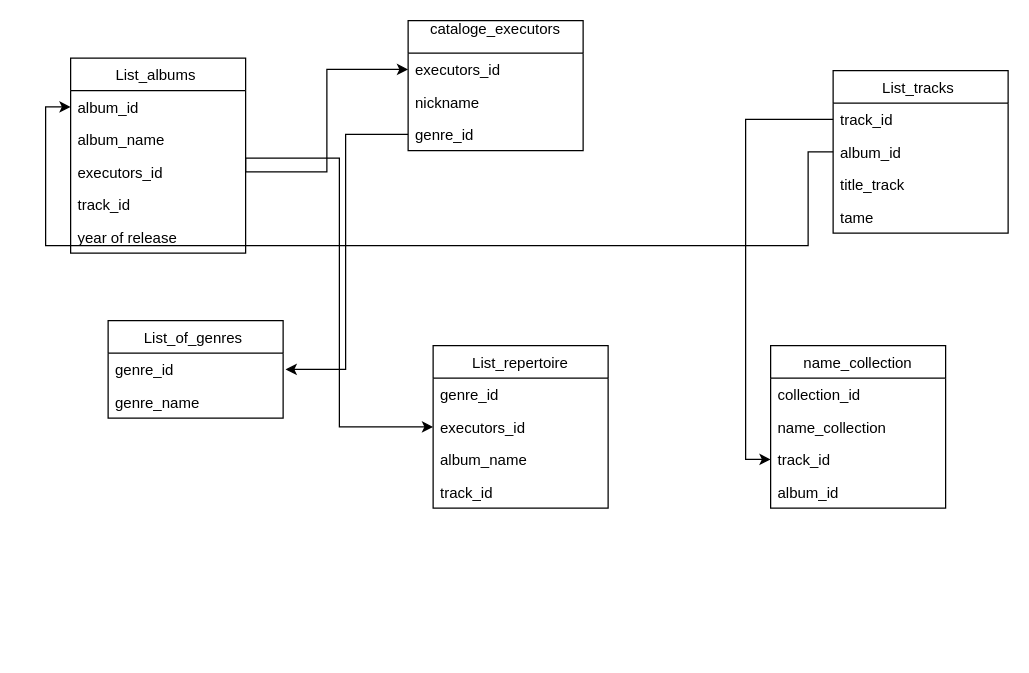
sav1979/Designing-BD-zvyazi-ZNF keeps this draw.io diagram as схема ДЗ №3.drawio. Above is the earlier version. Source tidied: cells renumbered, new cells numbered last; positions are measured from the earlier drawing's top-left corner, leaving out a move shared by most shapes. Both pictures are drawn from the tidied source at 125%, with x=0, y=0 at pixel (45, 20).
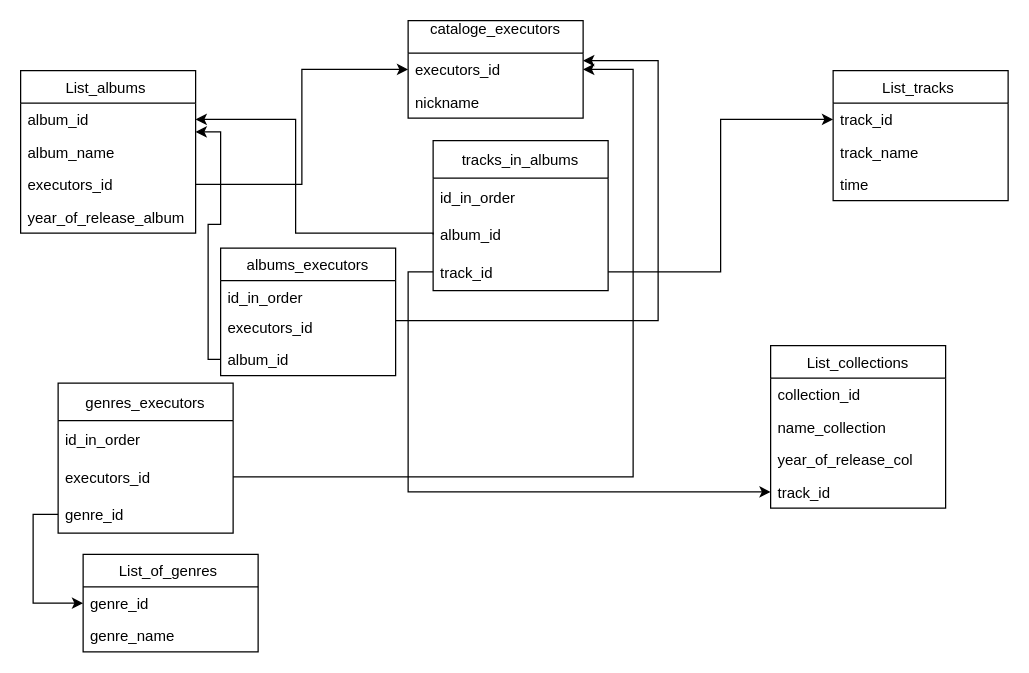
After the change.

The change refers to these unchanged cells:
```xml
<mxCell id="3" value="executors_id " style="text;strokeColor=none;fillColor=none;align=left;verticalAlign=top;spacingLeft=4;spacingRight=4;overflow=hidden;points=[[0,0.5],[1,0.5]];portConstraint=eastwest;" parent="2" vertex="1">
  <mxGeometry y="26" width="140" height="26" as="geometry" />
</mxCell>
<mxCell id="7" value="album_id " style="text;strokeColor=none;fillColor=none;align=left;verticalAlign=top;spacingLeft=4;spacingRight=4;overflow=hidden;points=[[0,0.5],[1,0.5]];portConstraint=eastwest;" parent="6" vertex="1">
  <mxGeometry y="26" width="140" height="26" as="geometry" />
</mxCell>
<mxCell id="9" value="executors_id " style="text;strokeColor=none;fillColor=none;align=left;verticalAlign=top;spacingLeft=4;spacingRight=4;overflow=hidden;points=[[0,0.5],[1,0.5]];portConstraint=eastwest;" parent="6" vertex="1">
  <mxGeometry y="78" width="140" height="26" as="geometry" />
</mxCell>
<mxCell id="18" value="genre_id " style="text;strokeColor=none;fillColor=none;align=left;verticalAlign=top;spacingLeft=4;spacingRight=4;overflow=hidden;points=[[0,0.5],[1,0.5]];portConstraint=eastwest;" parent="17" vertex="1">
  <mxGeometry y="26" width="140" height="26" as="geometry" />
</mxCell>
```

The edit, as a diff of the source:
```diff
@@
     <mxCell id="2" value="cataloge_executors&#10; " style="swimlane;fontStyle=0;horizontal=1;startSize=26;fillColor=none;" parent="1" vertex="1">
-      <mxGeometry x="290" width="140" height="104" as="geometry" />
+      <mxGeometry x="290" width="140" height="78" as="geometry" />
     </mxCell>
@@
-    <mxCell id="5" value="genre_id " style="text;strokeColor=none;fillColor=none;align=left;verticalAlign=top;spacingLeft=4;spacingRight=4;overflow=hidden;points=[[0,0.5],[1,0.5]];portConstraint=eastwest;" parent="2" vertex="1">
-      <mxGeometry y="78" width="140" height="26" as="geometry" />
-    </mxCell>
     <mxCell id="6" value="List_albums " style="swimlane;fontStyle=0;horizontal=1;startSize=26;fillColor=none;" parent="1" vertex="1">
-      <mxGeometry x="20" y="30" width="140" height="156" as="geometry" />
+      <mxGeometry x="-20" y="40" width="140" height="130" as="geometry" />
     </mxCell>
@@
-    <mxCell id="10" value="track_id " style="text;strokeColor=none;fillColor=none;align=left;verticalAlign=top;spacingLeft=4;spacingRight=4;overflow=hidden;" parent="6" vertex="1">
-      <mxGeometry y="104" width="140" height="26" as="geometry" />
-    </mxCell>
-    <mxCell id="11" value="year of release " style="text;strokeColor=none;fillColor=none;align=left;verticalAlign=top;spacingLeft=4;spacingRight=4;overflow=hidden;" parent="6" vertex="1">
-      <mxGeometry y="130" width="140" height="26" as="geometry" />
+    <mxCell id="11" value="year_of_release_album" style="text;strokeColor=none;fillColor=none;align=left;verticalAlign=top;spacingLeft=4;spacingRight=4;overflow=hidden;" parent="6" vertex="1">
+      <mxGeometry y="104" width="140" height="26" as="geometry" />
     </mxCell>
     <mxCell id="12" value="List_tracks " style="swimlane;fontStyle=0;horizontal=1;startSize=26;fillColor=none;" parent="1" vertex="1">
-      <mxGeometry x="630" y="40" width="140" height="130" as="geometry" />
+      <mxGeometry x="630" y="40" width="140" height="104" as="geometry" />
     </mxCell>
+    <mxCell id="35" value="track_id " style="text;strokeColor=none;fillColor=none;align=left;verticalAlign=top;spacingLeft=4;spacingRight=4;overflow=hidden;points=[[0,0.5],[1,0.5]];portConstraint=eastwest;" parent="12" vertex="1">
+      <mxGeometry y="26" width="140" height="26" as="geometry" />
+    </mxCell>
-    <mxCell id="13" value="track_id " style="text;strokeColor=none;fillColor=none;align=left;verticalAlign=top;spacingLeft=4;spacingRight=4;overflow=hidden;points=[[0,0.5],[1,0.5]];portConstraint=eastwest;" parent="12" vertex="1">
-      <mxGeometry y="26" width="140" height="26" as="geometry" />
+    <mxCell id="13" value="track_name" style="text;strokeColor=none;fillColor=none;align=left;verticalAlign=top;spacingLeft=4;spacingRight=4;overflow=hidden;points=[[0,0.5],[1,0.5]];portConstraint=eastwest;" parent="12" vertex="1">
+      <mxGeometry y="52" width="140" height="26" as="geometry" />
     </mxCell>
-    <mxCell id="14" value="album_id " style="text;strokeColor=none;fillColor=none;align=left;verticalAlign=top;spacingLeft=4;spacingRight=4;overflow=hidden;points=[[0,0.5],[1,0.5]];portConstraint=eastwest;" parent="12" vertex="1">
-      <mxGeometry y="52" width="140" height="26" as="geometry" />
-    </mxCell>
-    <mxCell id="15" value="title_track " style="text;strokeColor=none;fillColor=none;align=left;verticalAlign=top;spacingLeft=4;spacingRight=4;overflow=hidden;" parent="12" vertex="1">
-      <mxGeometry y="78" width="140" height="26" as="geometry" />
-    </mxCell>
-    <mxCell id="16" value="tame" style="text;strokeColor=none;fillColor=none;align=left;verticalAlign=top;spacingLeft=4;spacingRight=4;overflow=hidden;" parent="12" vertex="1">
-      <mxGeometry y="104" width="140" height="26" as="geometry" />
+    <mxCell id="16" value="time" style="text;strokeColor=none;fillColor=none;align=left;verticalAlign=top;spacingLeft=4;spacingRight=4;overflow=hidden;" parent="12" vertex="1">
+      <mxGeometry y="78" width="140" height="26" as="geometry" />
     </mxCell>
     <mxCell id="17" value="List_of_genres " style="swimlane;fontStyle=0;horizontal=1;startSize=26;fillColor=none;" parent="1" vertex="1">
-      <mxGeometry x="50" y="240" width="140" height="78" as="geometry" />
+      <mxGeometry x="30" y="427" width="140" height="78" as="geometry" />
     </mxCell>
@@
-    <mxCell id="20" value="List_repertoire" style="swimlane;fontStyle=0;horizontal=1;startSize=26;fillColor=none;" parent="1" vertex="1">
-      <mxGeometry x="310" y="260" width="140" height="130" as="geometry" />
+    <mxCell id="20" value="albums_executors" style="swimlane;fontStyle=0;horizontal=1;startSize=26;fillColor=none;" parent="1" vertex="1">
+      <mxGeometry x="140" y="182" width="140" height="102" as="geometry" />
     </mxCell>
-    <mxCell id="21" value="genre_id" style="text;strokeColor=none;fillColor=none;align=left;verticalAlign=top;spacingLeft=4;spacingRight=4;overflow=hidden;" parent="20" vertex="1">
-      <mxGeometry y="26" width="140" height="26" as="geometry" />
-    </mxCell>
-    <mxCell id="22" value="executors_id " style="text;strokeColor=none;fillColor=none;align=left;verticalAlign=top;spacingLeft=4;spacingRight=4;overflow=hidden;points=[[0,0.5],[1,0.5]];portConstraint=eastwest;" parent="20" vertex="1">
-      <mxGeometry y="52" width="140" height="26" as="geometry" />
+    <mxCell id="22" value="id_in_order" style="text;strokeColor=none;fillColor=none;align=left;verticalAlign=top;spacingLeft=4;spacingRight=4;overflow=hidden;points=[[0,0.5],[1,0.5]];portConstraint=eastwest;" parent="20" vertex="1">
+      <mxGeometry y="26" width="140" height="24" as="geometry" />
     </mxCell>
+    <mxCell id="36" value="executors_id " style="text;strokeColor=none;fillColor=none;align=left;verticalAlign=top;spacingLeft=4;spacingRight=4;overflow=hidden;" parent="20" vertex="1">
+      <mxGeometry y="50" width="140" height="26" as="geometry" />
+    </mxCell>
-    <mxCell id="23" value="album_name" style="text;strokeColor=none;fillColor=none;align=left;verticalAlign=top;spacingLeft=4;spacingRight=4;overflow=hidden;points=[[0,0.5],[1,0.5]];portConstraint=eastwest;" parent="20" vertex="1">
-      <mxGeometry y="78" width="140" height="26" as="geometry" />
+    <mxCell id="23" value="album_id" style="text;strokeColor=none;fillColor=none;align=left;verticalAlign=top;spacingLeft=4;spacingRight=4;overflow=hidden;points=[[0,0.5],[1,0.5]];portConstraint=eastwest;" parent="20" vertex="1">
+      <mxGeometry y="76" width="140" height="26" as="geometry" />
     </mxCell>
-    <mxCell id="24" value="track_id " style="text;strokeColor=none;fillColor=none;align=left;verticalAlign=top;spacingLeft=4;spacingRight=4;overflow=hidden;" parent="20" vertex="1">
-      <mxGeometry y="104" width="140" height="26" as="geometry" />
-    </mxCell>
-    <mxCell id="25" style="edgeStyle=orthogonalEdgeStyle;rounded=0;jettySize=auto;html=1;exitX=1;exitY=0.5;exitDx=0;exitDy=0;entryX=0;entryY=0.5;entryDx=0;entryDy=0;" parent="1" edge="1" source="9" target="22">
-      <mxGeometry relative="1" as="geometry">
-        <Array as="points">
-          <mxPoint x="160" y="110" />
-          <mxPoint x="235" y="110" />
-          <mxPoint x="235" y="325" />
-        </Array>
-      </mxGeometry>
-    </mxCell>
-    <mxCell id="26" value="name_collection" style="swimlane;fontStyle=0;horizontal=1;startSize=26;fillColor=none;" parent="1" vertex="1">
+    <mxCell id="26" value="List_collections" style="swimlane;fontStyle=0;horizontal=1;startSize=26;fillColor=none;" parent="1" vertex="1">
       <mxGeometry x="580" y="260" width="140" height="130" as="geometry" />
     </mxCell>
@@
-    <mxCell id="29" value="track_id " style="text;strokeColor=none;fillColor=none;align=left;verticalAlign=top;spacingLeft=4;spacingRight=4;overflow=hidden;points=[[0,0.5],[1,0.5]];portConstraint=eastwest;" parent="26" vertex="1">
+    <mxCell id="29" value="year_of_release_col" style="text;strokeColor=none;fillColor=none;align=left;verticalAlign=top;spacingLeft=4;spacingRight=4;overflow=hidden;points=[[0,0.5],[1,0.5]];portConstraint=eastwest;" parent="26" vertex="1">
       <mxGeometry y="78" width="140" height="26" as="geometry" />
     </mxCell>
-    <mxCell id="30" value="album_id " style="text;strokeColor=none;fillColor=none;align=left;verticalAlign=top;spacingLeft=4;spacingRight=4;overflow=hidden;" parent="26" vertex="1">
-      <mxGeometry y="104" width="140" height="26" as="geometry" />
-    </mxCell>
-    <mxCell id="31" style="edgeStyle=orthogonalEdgeStyle;rounded=0;jettySize=auto;html=1;exitX=0;exitY=0.5;exitDx=0;exitDy=0;entryX=0;entryY=0.5;entryDx=0;entryDy=0;" parent="1" edge="1" source="13" target="29">
-      <mxGeometry relative="1" as="geometry" />
-    </mxCell>
-    <mxCell id="32" style="edgeStyle=orthogonalEdgeStyle;rounded=0;jettySize=auto;html=1;exitX=0;exitY=0.5;exitDx=0;exitDy=0;" parent="1" edge="1" source="5">
-      <mxGeometry relative="1" as="geometry">
-        <mxPoint x="192" y="279" as="targetPoint" />
-        <Array as="points">
-          <mxPoint x="240" y="91" />
-          <mxPoint x="240" y="279" />
-          <mxPoint x="192" y="279" />
-        </Array>
-      </mxGeometry>
-    </mxCell>
+    <mxCell id="37" value="track_id " style="text;strokeColor=none;fillColor=none;align=left;verticalAlign=top;spacingLeft=4;spacingRight=4;overflow=hidden;points=[[0,0.5],[1,0.5]];portConstraint=eastwest;" parent="26" vertex="1">
+      <mxGeometry y="104" width="140" height="26" as="geometry" />
+    </mxCell>
@@
-    <mxCell id="34" style="edgeStyle=orthogonalEdgeStyle;rounded=0;jettySize=auto;html=1;exitX=0;exitY=0.5;exitDx=0;exitDy=0;entryX=0;entryY=0.5;entryDx=0;entryDy=0;" parent="1" edge="1" source="14" target="7">
-      <mxGeometry relative="1" as="geometry">
-        <Array as="points">
-          <mxPoint x="610" y="105" />
-          <mxPoint x="610" y="180" />
-          <mxPoint y="180" />
-          <mxPoint y="69" />
-        </Array>
-      </mxGeometry>
-    </mxCell>
+    <mxCell id="38" value="tracks_in_albums" style="swimlane;fontStyle=0;horizontal=1;startSize=30;" parent="1" vertex="1">
+      <mxGeometry x="310" y="96" width="140" height="120" as="geometry" />
+    </mxCell>
+    <mxCell id="39" value="id_in_order" style="text;strokeColor=none;fillColor=none;align=left;verticalAlign=middle;spacingLeft=4;spacingRight=4;overflow=hidden;" parent="38" vertex="1">
+      <mxGeometry y="30" width="140" height="30" as="geometry" />
+    </mxCell>
+    <mxCell id="40" value="album_id " style="text;strokeColor=none;fillColor=none;align=left;verticalAlign=middle;spacingLeft=4;spacingRight=4;overflow=hidden;points=[[0,0.5],[1,0.5]];portConstraint=eastwest;" parent="38" vertex="1">
+      <mxGeometry y="60" width="140" height="30" as="geometry" />
+    </mxCell>
+    <mxCell id="41" value="track_id " style="text;strokeColor=none;fillColor=none;align=left;verticalAlign=middle;spacingLeft=4;spacingRight=4;overflow=hidden;points=[[0,0.5],[1,0.5]];portConstraint=eastwest;" parent="38" vertex="1">
+      <mxGeometry y="90" width="140" height="30" as="geometry" />
+    </mxCell>
+    <mxCell id="42" style="edgeStyle=orthogonalEdgeStyle;rounded=0;jettySize=auto;html=1;exitX=0;exitY=0.5;exitDx=0;exitDy=0;entryX=1;entryY=0.5;entryDx=0;entryDy=0;" parent="1" edge="1" source="40" target="7">
+      <mxGeometry relative="1" as="geometry">
+        <Array as="points">
+          <mxPoint x="310" y="170" />
+          <mxPoint x="200" y="170" />
+          <mxPoint x="200" y="79" />
+        </Array>
+      </mxGeometry>
+    </mxCell>
+    <mxCell id="43" value="genres_executors" style="swimlane;fontStyle=0;horizontal=1;startSize=30;" parent="1" vertex="1">
+      <mxGeometry x="10" y="290" width="140" height="120" as="geometry" />
+    </mxCell>
+    <mxCell id="44" value="id_in_order" style="text;strokeColor=none;fillColor=none;align=left;verticalAlign=middle;spacingLeft=4;spacingRight=4;overflow=hidden;" parent="43" vertex="1">
+      <mxGeometry y="30" width="140" height="30" as="geometry" />
+    </mxCell>
+    <mxCell id="45" value="executors_id " style="text;strokeColor=none;fillColor=none;align=left;verticalAlign=middle;spacingLeft=4;spacingRight=4;overflow=hidden;points=[[0,0.5],[1,0.5]];portConstraint=eastwest;" parent="43" vertex="1">
+      <mxGeometry y="60" width="140" height="30" as="geometry" />
+    </mxCell>
+    <mxCell id="46" value="genre_id " style="text;strokeColor=none;fillColor=none;align=left;verticalAlign=middle;spacingLeft=4;spacingRight=4;overflow=hidden;points=[[0,0.5],[1,0.5]];portConstraint=eastwest;" parent="43" vertex="1">
+      <mxGeometry y="90" width="140" height="30" as="geometry" />
+    </mxCell>
+    <mxCell id="47" style="edgeStyle=orthogonalEdgeStyle;rounded=0;jettySize=auto;html=1;exitX=1;exitY=0.5;exitDx=0;exitDy=0;entryX=1;entryY=0.5;entryDx=0;entryDy=0;" parent="1" edge="1" source="45" target="3">
+      <mxGeometry relative="1" as="geometry">
+        <Array as="points">
+          <mxPoint x="470" y="365" />
+          <mxPoint x="470" y="39" />
+        </Array>
+      </mxGeometry>
+    </mxCell>
+    <mxCell id="48" style="edgeStyle=orthogonalEdgeStyle;rounded=0;jettySize=auto;html=1;exitX=0;exitY=0.5;exitDx=0;exitDy=0;entryX=0;entryY=0.5;entryDx=0;entryDy=0;" parent="1" edge="1" source="46" target="18">
+      <mxGeometry relative="1" as="geometry" />
+    </mxCell>
+    <mxCell id="49" style="edgeStyle=orthogonalEdgeStyle;rounded=0;jettySize=auto;html=1;exitX=0;exitY=0.5;exitDx=0;exitDy=0;entryX=1;entryY=0.885;entryDx=0;entryDy=0;entryPerimeter=0;" parent="1" edge="1" source="23" target="7">
+      <mxGeometry relative="1" as="geometry">
+        <Array as="points">
+          <mxPoint x="130" y="271" />
+          <mxPoint x="130" y="163" />
+          <mxPoint x="140" y="163" />
+          <mxPoint x="140" y="89" />
+        </Array>
+      </mxGeometry>
+    </mxCell>
+    <mxCell id="50" style="edgeStyle=orthogonalEdgeStyle;rounded=0;orthogonalLoop=1;jettySize=auto;html=1;" parent="1" edge="1">
+      <mxGeometry relative="1" as="geometry">
+        <mxPoint x="280" y="240" as="sourcePoint" />
+        <mxPoint x="430" y="32" as="targetPoint" />
+        <Array as="points">
+          <mxPoint x="280" y="240" />
+          <mxPoint x="490" y="240" />
+          <mxPoint x="490" y="32" />
+        </Array>
+      </mxGeometry>
+    </mxCell>
+    <mxCell id="51" style="edgeStyle=orthogonalEdgeStyle;rounded=0;jettySize=auto;html=1;exitX=0;exitY=0.5;exitDx=0;exitDy=0;entryX=0;entryY=0.5;entryDx=0;entryDy=0;" parent="1" edge="1" source="41" target="37">
+      <mxGeometry relative="1" as="geometry" />
+    </mxCell>
+    <mxCell id="52" style="edgeStyle=orthogonalEdgeStyle;rounded=0;jettySize=auto;html=1;exitX=1;exitY=0.5;exitDx=0;exitDy=0;entryX=0;entryY=0.5;entryDx=0;entryDy=0;" parent="1" edge="1" source="41" target="35">
+      <mxGeometry relative="1" as="geometry" />
+    </mxCell>
```
